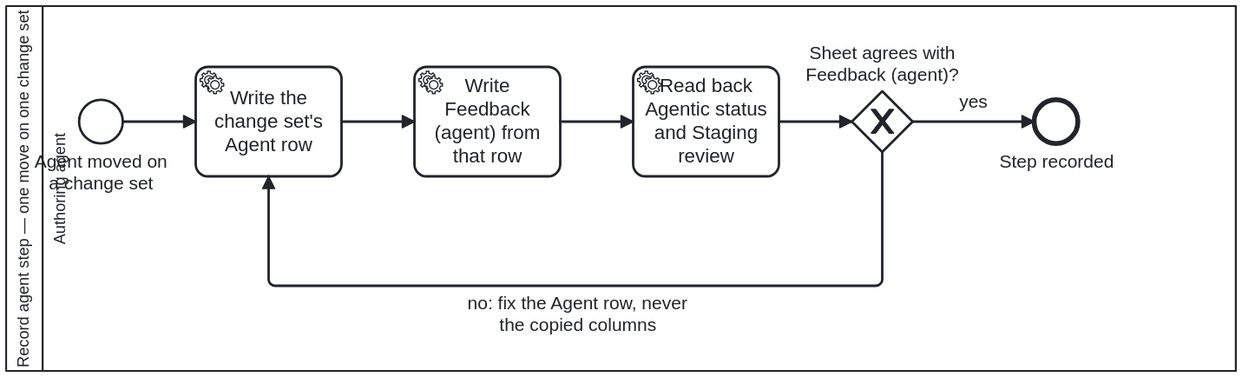
Before: processes/content/record-agent-step.svg, a diagram exported from BPMN (litlfred/folio-assistant-core). Its source is kept beside it as processes/content/record-agent-step.bpmn. Ids are renumbered. Its diagram source:
```xml
<!--
  folio-assistant — record one agent step on a change set.

  Source of truth: this file. Any SVG of it is generated by `bun run cat
  render:bpmn`; never hand-edit one.

  Called every time an agent moves on a change set of a review log: it picks
  the row up, proposes, opens or pushes the pull request, the preview goes
  live, or it answers new feedback. The Agent tab row is written first, then
  Feedback (agent) from it, then the sheet is read back, so a link never
  reaches Feedback (agent) without also reaching Staging review and Agentic
  status.
  Skills: review-sheet-agent-columns, review-sheet-script.
-->
<bpmn:definitions xmlns:bpmn="http://www.omg.org/spec/BPMN/20100524/MODEL"
                  xmlns:bpmndi="http://www.omg.org/spec/BPMN/20100524/DI"
                  xmlns:dc="http://www.omg.org/spec/DD/20100524/DC"
                  xmlns:di="http://www.omg.org/spec/DD/20100524/DI"
                  xmlns:bootstrap.processes="https://litlfred.github.io/bootstrap/v0/processes/ns/"
                  id="Definitions_RecordAgentStep"
                  targetNamespace="https://litlfred.github.io/folio-assistant/workflows"
                  exporter="folio-assistant" exporterVersion="1">
  <bpmn:import namespace="https://litlfred.github.io/bootstrap/v0/processes/ns/" location="https://litlfred.github.io/bootstrap/v0/processes/ns.jsonld" importType="http://www.w3.org/ns/json-ld"/>
  <bpmn:resource id="authoring-agent" name="Authoring agent"/>

  <bpmn:collaboration id="Collaboration_RecordAgentStep">
    <bpmn:participant id="Participant_RecordAgentStep" name="Record agent step — one move on one change set" processRef="Process_RecordAgentStep" />
  </bpmn:collaboration>
  <bpmn:process id="Process_RecordAgentStep" name="Record agent step" isExecutable="false">
    <bpmn:documentation>
      The one way an agent reports a move on a change set. The sheet script
      builds Agentic status, Agentic status (filter) and Staging review from
      the Agent tab, and warns that no agent has picked a row up when the
      Agent step is missing or older than Ready for agent. Writing only
      Feedback (agent) leaves those columns stale, so it is never done alone.
    </bpmn:documentation>
    <bpmn:laneSet id="Process_RecordAgentStep_LaneSet">
      <bpmn:lane id="Lane_Agent" name="Authoring agent" partitionElementRef="authoring-agent">
        <bpmn:documentation>The agent working the change set (or the log watcher writing on its behalf). Writes the Agent row first, then Feedback (agent) from that row, and reads back the sheet so the copied columns agree.</bpmn:documentation>
        <bpmn:flowNodeRef>StartEvent_Moved</bpmn:flowNodeRef>
        <bpmn:flowNodeRef>Task_WriteAgentRow</bpmn:flowNodeRef>
        <bpmn:flowNodeRef>Task_WriteFeedback</bpmn:flowNodeRef>
        <bpmn:flowNodeRef>Task_ReadBack</bpmn:flowNodeRef>
        <bpmn:flowNodeRef>Gateway_Agrees</bpmn:flowNodeRef>
        <bpmn:flowNodeRef>EndEvent_Recorded</bpmn:flowNodeRef>
      </bpmn:lane>
    </bpmn:laneSet>

    <bpmn:startEvent id="StartEvent_Moved" name="Agent moved on a change set">
      <bpmn:documentation>Picked the row up, proposed, opened or pushed its pull request, saw its preview go live, answered new feedback, or stopped and is waiting for people.</bpmn:documentation>
      <bpmn:outgoing>RS01</bpmn:outgoing>
    </bpmn:startEvent>
    <bpmn:serviceTask id="Task_WriteAgentRow" name="Write the change set's Agent row">
      <bpmn:documentation>On the Agent tab, the change set's row: Agentic status (Not started, Working, PR open, Ready for review, Change merged or Needs human); Pull request; Staging review page; Staging built, PR head, Staging built from and Staging deploy from `agent-record.ts push`; and Agent step from `agent-record.ts step &lt;name&gt;`, exactly "&lt;step&gt; &lt;YYYY-MM-DD HH:MMZ&gt;" with a step from the fixed list (reading, proposing, editing, pushing, staging, deploying, qa-review, merging, proposed, idle). Prose in Agent step is not read: use idle when the row waits for people. A preview or review link is written only once it is live: the GitHub Pages deploy of a gh-pages commit at or after the preview's publish has succeeded, and an HTTP GET of each link answers 200 where the agent can reach the site. A publish that is only on the gh-pages branch is not live: Pages deploys can be queued for many minutes or cancelled by the next push. Until then Staging review page stays empty, Staging deploy says deploying, and Feedback (agent) says &quot;Preview deploying&quot; with no preview link.</bpmn:documentation>
      <bpmn:extensionElements><bootstrap.processes:skill ref="review-sheet-agent-columns"/></bpmn:extensionElements>
      <bpmn:incoming>RS01</bpmn:incoming>
      <bpmn:incoming>RS05</bpmn:incoming>
      <bpmn:outgoing>RS02</bpmn:outgoing>
    </bpmn:serviceTask>
    <bpmn:serviceTask id="Task_WriteFeedback" name="Write Feedback (agent) from that row">
      <bpmn:documentation>Feedback (agent) in the fixed layout (the ask first, then Status: and Next:), linking the same pull request and preview the Agent row now names. In a log one watcher owns, another thread sends the watcher its step and links instead of writing the sheet. A preview or review link is written only once it is live: the GitHub Pages deploy of a gh-pages commit at or after the preview's publish has succeeded, and an HTTP GET of each link answers 200 where the agent can reach the site. A publish that is only on the gh-pages branch is not live: Pages deploys can be queued for many minutes or cancelled by the next push. Until then Staging review page stays empty, Staging deploy says deploying, and Feedback (agent) says &quot;Preview deploying&quot; with no preview link.</bpmn:documentation>
      <bpmn:extensionElements><bootstrap.processes:skill ref="review-sheet-script"/></bpmn:extensionElements>
      <bpmn:incoming>RS02</bpmn:incoming>
      <bpmn:outgoing>RS03</bpmn:outgoing>
    </bpmn:serviceTask>
    <bpmn:serviceTask id="Task_ReadBack" name="Read back Agentic status and Staging review">
      <bpmn:documentation>After the script's next run, read the row's Agentic status, Agentic status (filter) and Staging review. They must name the pull request and preview that Feedback (agent) names, and show no "no agent has picked this up" warning.</bpmn:documentation>
      <bpmn:extensionElements><bootstrap.processes:skill ref="review-log-watch"/></bpmn:extensionElements>
      <bpmn:incoming>RS03</bpmn:incoming>
      <bpmn:outgoing>RS04</bpmn:outgoing>
    </bpmn:serviceTask>
    <bpmn:exclusiveGateway id="Gateway_Agrees" name="Sheet agrees with Feedback (agent)?">
      <bpmn:incoming>RS04</bpmn:incoming>
      <bpmn:outgoing>RS05</bpmn:outgoing>
      <bpmn:outgoing>RS06</bpmn:outgoing>
    </bpmn:exclusiveGateway>
    <bpmn:endEvent id="EndEvent_Recorded" name="Step recorded">
      <bpmn:incoming>RS06</bpmn:incoming>
    </bpmn:endEvent>

    <bpmn:sequenceFlow id="RS01" sourceRef="StartEvent_Moved" targetRef="Task_WriteAgentRow" />
    <bpmn:sequenceFlow id="RS02" sourceRef="Task_WriteAgentRow" targetRef="Task_WriteFeedback" />
    <bpmn:sequenceFlow id="RS03" sourceRef="Task_WriteFeedback" targetRef="Task_ReadBack" />
    <bpmn:sequenceFlow id="RS04" sourceRef="Task_ReadBack" targetRef="Gateway_Agrees" />
    <bpmn:sequenceFlow id="RS05" name="no: fix the Agent row, never the copied columns" sourceRef="Gateway_Agrees" targetRef="Task_WriteAgentRow" />
    <bpmn:sequenceFlow id="RS06" name="yes" sourceRef="Gateway_Agrees" targetRef="EndEvent_Recorded" />
  </bpmn:process>

  <bpmndi:BPMNDiagram id="BPMNDiagram_RecordAgentStep">
    <bpmndi:BPMNPlane id="BPMNPlane_1" bpmnElement="Collaboration_RecordAgentStep">
      <bpmndi:BPMNShape id="Participant_RecordAgentStep_di" bpmnElement="Participant_RecordAgentStep" isHorizontal="true">
        <dc:Bounds x="160" y="60" width="1012" height="300" />
      </bpmndi:BPMNShape>
      <bpmndi:BPMNShape id="Lane_Agent_di" bpmnElement="Lane_Agent" isHorizontal="true">
        <dc:Bounds x="190" y="60" width="982" height="300" />
      </bpmndi:BPMNShape>
      <bpmndi:BPMNShape id="StartEvent_Moved_di" bpmnElement="StartEvent_Moved">
        <dc:Bounds x="220" y="137" width="36" height="36" />
        <bpmndi:BPMNLabel><dc:Bounds x="180" y="179" width="116" height="30" /></bpmndi:BPMNLabel>
      </bpmndi:BPMNShape>
      <bpmndi:BPMNShape id="Task_WriteAgentRow_di" bpmnElement="Task_WriteAgentRow">
        <dc:Bounds x="316" y="110" width="120" height="90" />
      </bpmndi:BPMNShape>
      <bpmndi:BPMNShape id="Task_WriteFeedback_di" bpmnElement="Task_WriteFeedback">
        <dc:Bounds x="496" y="110" width="120" height="90" />
      </bpmndi:BPMNShape>
      <bpmndi:BPMNShape id="Task_ReadBack_di" bpmnElement="Task_ReadBack">
        <dc:Bounds x="676" y="110" width="120" height="90" />
      </bpmndi:BPMNShape>
      <bpmndi:BPMNShape id="Gateway_Agrees_di" bpmnElement="Gateway_Agrees" isMarkerVisible="true">
        <dc:Bounds x="856" y="130" width="50" height="50" />
        <bpmndi:BPMNLabel><dc:Bounds x="816" y="90" width="130" height="30" /></bpmndi:BPMNLabel>
      </bpmndi:BPMNShape>
      <bpmndi:BPMNShape id="EndEvent_Recorded_di" bpmnElement="EndEvent_Recorded">
        <dc:Bounds x="1006" y="137" width="36" height="36" />
        <bpmndi:BPMNLabel><dc:Bounds x="966" y="179" width="116" height="30" /></bpmndi:BPMNLabel>
      </bpmndi:BPMNShape>
      <bpmndi:BPMNEdge id="RS01_di" bpmnElement="RS01">
        <di:waypoint x="256" y="155" />
        <di:waypoint x="316" y="155" />
      </bpmndi:BPMNEdge>
      <bpmndi:BPMNEdge id="RS02_di" bpmnElement="RS02">
        <di:waypoint x="436" y="155" />
        <di:waypoint x="496" y="155" />
      </bpmndi:BPMNEdge>
      <bpmndi:BPMNEdge id="RS03_di" bpmnElement="RS03">
        <di:waypoint x="616" y="155" />
        <di:waypoint x="676" y="155" />
      </bpmndi:BPMNEdge>
      <bpmndi:BPMNEdge id="RS04_di" bpmnElement="RS04">
        <di:waypoint x="796" y="155" />
        <di:waypoint x="856" y="155" />
      </bpmndi:BPMNEdge>
      <bpmndi:BPMNEdge id="RS05_di" bpmnElement="RS05">
        <di:waypoint x="881" y="180" />
        <di:waypoint x="881" y="290" />
        <di:waypoint x="376" y="290" />
        <di:waypoint x="376" y="200" />
        <bpmndi:BPMNLabel><dc:Bounds x="520" y="296" width="220" height="30" /></bpmndi:BPMNLabel>
      </bpmndi:BPMNEdge>
      <bpmndi:BPMNEdge id="RS06_di" bpmnElement="RS06">
        <di:waypoint x="906" y="155" />
        <di:waypoint x="1006" y="155" />
      </bpmndi:BPMNEdge>
    </bpmndi:BPMNPlane>
  </bpmndi:BPMNDiagram>
</bpmn:definitions>
```
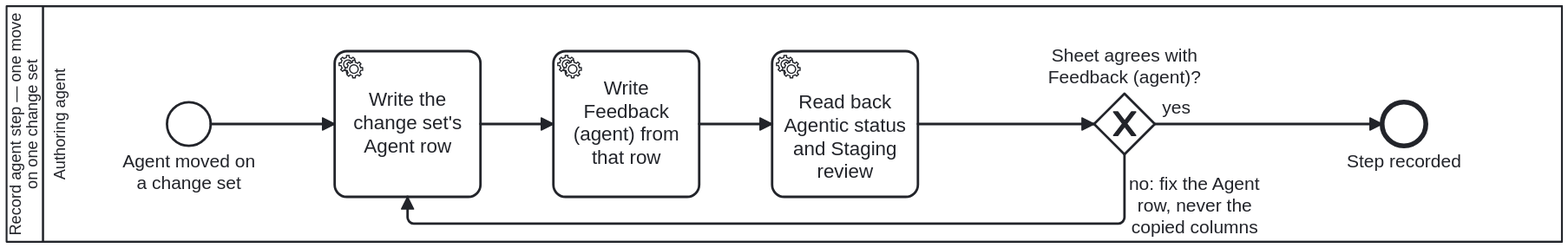
The same diagram one commit later.

The edit, as a diff of the source:
```diff
@@ -89,58 +89,57 @@
   <bpmndi:BPMNDiagram id="BPMNDiagram_RecordAgentStep">
     <bpmndi:BPMNPlane id="BPMNPlane_1" bpmnElement="Collaboration_RecordAgentStep">
       <bpmndi:BPMNShape id="Participant_RecordAgentStep_di" bpmnElement="Participant_RecordAgentStep" isHorizontal="true">
-        <dc:Bounds x="160" y="60" width="1012" height="300" />
+        <dc:Bounds x="160" y="60" width="1280" height="194" />
       </bpmndi:BPMNShape>
       <bpmndi:BPMNShape id="Lane_Agent_di" bpmnElement="Lane_Agent" isHorizontal="true">
-        <dc:Bounds x="190" y="60" width="982" height="300" />
+        <dc:Bounds x="190" y="60" width="1250" height="194" />
       </bpmndi:BPMNShape>
       <bpmndi:BPMNShape id="StartEvent_Moved_di" bpmnElement="StartEvent_Moved">
-        <dc:Bounds x="220" y="137" width="36" height="36" />
+        <dc:Bounds x="292" y="139" width="36" height="36" />
         <bpmndi:BPMNLabel><dc:Bounds x="180" y="179" width="116" height="30" /></bpmndi:BPMNLabel>
       </bpmndi:BPMNShape>
       <bpmndi:BPMNShape id="Task_WriteAgentRow_di" bpmnElement="Task_WriteAgentRow">
-        <dc:Bounds x="316" y="110" width="120" height="90" />
+        <dc:Bounds x="430" y="97" width="120" height="120" />
       </bpmndi:BPMNShape>
       <bpmndi:BPMNShape id="Task_WriteFeedback_di" bpmnElement="Task_WriteFeedback">
-        <dc:Bounds x="496" y="110" width="120" height="90" />
+        <dc:Bounds x="610" y="97" width="120" height="120" />
       </bpmndi:BPMNShape>
       <bpmndi:BPMNShape id="Task_ReadBack_di" bpmnElement="Task_ReadBack">
-        <dc:Bounds x="676" y="110" width="120" height="90" />
+        <dc:Bounds x="790" y="97" width="120" height="120" />
       </bpmndi:BPMNShape>
       <bpmndi:BPMNShape id="Gateway_Agrees_di" bpmnElement="Gateway_Agrees" isMarkerVisible="true">
-        <dc:Bounds x="856" y="130" width="50" height="50" />
+        <dc:Bounds x="1055" y="132" width="50" height="50" />
         <bpmndi:BPMNLabel><dc:Bounds x="816" y="90" width="130" height="30" /></bpmndi:BPMNLabel>
       </bpmndi:BPMNShape>
       <bpmndi:BPMNShape id="EndEvent_Recorded_di" bpmnElement="EndEvent_Recorded">
-        <dc:Bounds x="1006" y="137" width="36" height="36" />
+        <dc:Bounds x="1292" y="139" width="36" height="36" />
         <bpmndi:BPMNLabel><dc:Bounds x="966" y="179" width="116" height="30" /></bpmndi:BPMNLabel>
       </bpmndi:BPMNShape>
       <bpmndi:BPMNEdge id="RS01_di" bpmnElement="RS01">
-        <di:waypoint x="256" y="155" />
-        <di:waypoint x="316" y="155" />
+        <di:waypoint x="328" y="157" />
+        <di:waypoint x="430" y="157" />
       </bpmndi:BPMNEdge>
       <bpmndi:BPMNEdge id="RS02_di" bpmnElement="RS02">
-        <di:waypoint x="436" y="155" />
-        <di:waypoint x="496" y="155" />
+        <di:waypoint x="550" y="157" />
+        <di:waypoint x="610" y="157" />
       </bpmndi:BPMNEdge>
       <bpmndi:BPMNEdge id="RS03_di" bpmnElement="RS03">
-        <di:waypoint x="616" y="155" />
-        <di:waypoint x="676" y="155" />
+        <di:waypoint x="730" y="157" />
+        <di:waypoint x="790" y="157" />
       </bpmndi:BPMNEdge>
       <bpmndi:BPMNEdge id="RS04_di" bpmnElement="RS04">
-        <di:waypoint x="796" y="155" />
-        <di:waypoint x="856" y="155" />
+        <di:waypoint x="910" y="157" />
+        <di:waypoint x="1055" y="157" />
       </bpmndi:BPMNEdge>
       <bpmndi:BPMNEdge id="RS05_di" bpmnElement="RS05">
-        <di:waypoint x="881" y="180" />
-        <di:waypoint x="881" y="290" />
-        <di:waypoint x="376" y="290" />
-        <di:waypoint x="376" y="200" />
-        <bpmndi:BPMNLabel><dc:Bounds x="520" y="296" width="220" height="30" /></bpmndi:BPMNLabel>
+        <di:waypoint x="1080" y="182" />
+        <di:waypoint x="1080" y="239" />
+        <di:waypoint x="490" y="239" />
+        <di:waypoint x="490" y="217" />
       </bpmndi:BPMNEdge>
       <bpmndi:BPMNEdge id="RS06_di" bpmnElement="RS06">
-        <di:waypoint x="906" y="155" />
-        <di:waypoint x="1006" y="155" />
+        <di:waypoint x="1105" y="157" />
+        <di:waypoint x="1292" y="157" />
       </bpmndi:BPMNEdge>
     </bpmndi:BPMNPlane>
   </bpmndi:BPMNDiagram>
```
